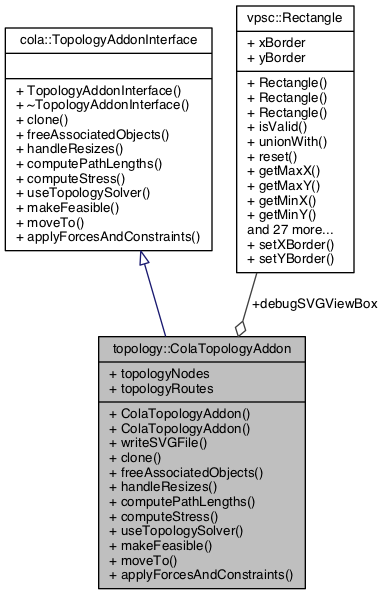
This is documentation/classtopology_1_1ColaTopologyAddon__coll__graph.png from mjwybrow/adaptagrams, a Graphviz export, as it was before one commit. Its source is kept beside it as documentation/classtopology_1_1ColaTopologyAddon__coll__graph.dot.
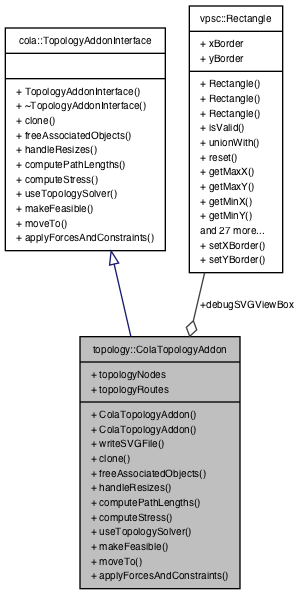
After the change.

Change to the diagram source:
```diff
@@ -2,9 +2,9 @@
 {
   edge [fontname="Helvetica",fontsize="10",labelfontname="Helvetica",labelfontsize="10"];
   node [fontname="Helvetica",fontsize="10",shape=record];
-  Node1 [label="{topology::ColaTopologyAddon\n|+ topologyNodes\l+ topologyRoutes\l|+ ColaTopologyAddon()\l+ ColaTopologyAddon()\l+ writeSVGFile()\l+ clone()\l+ freeAssociatedObjects()\l+ handleResizes()\l+ computePathLengths()\l+ computeStress()\l+ useTopologySolver()\l+ makeFeasible()\l+ moveTo()\l+ applyForcesAndConstraints()\l}",height=0.2,width=0.4,color="black", fillcolor="grey75", style="filled", fontcolor="black"];
-  Node2 -> Node1 [dir="back",color="midnightblue",fontsize="10",style="solid",arrowtail="onormal",fontname="Helvetica"];
-  Node2 [label="{cola::TopologyAddonInterface\n||+ TopologyAddonInterface()\l+ ~TopologyAddonInterface()\l+ clone()\l+ freeAssociatedObjects()\l+ handleResizes()\l+ computePathLengths()\l+ computeStress()\l+ useTopologySolver()\l+ makeFeasible()\l+ moveTo()\l+ applyForcesAndConstraints()\l}",height=0.2,width=0.4,color="black", fillcolor="white", style="filled",URL="$classcola_1_1TopologyAddonInterface.html",tooltip="Interface for writing COLA addons to handle topology preserving layout. "];
-  Node3 -> Node1 [color="grey25",fontsize="10",style="solid",label=" +debugSVGViewBox" ,arrowhead="odiamond",fontname="Helvetica"];
-  Node3 [label="{vpsc::Rectangle\n|+ xBorder\l+ yBorder\l|+ Rectangle()\l+ Rectangle()\l+ Rectangle()\l+ isValid()\l+ unionWith()\l+ reset()\l+ getMaxX()\l+ getMaxY()\l+ getMinX()\l+ getMinY()\land 27 more...\l+ setXBorder()\l+ setYBorder()\l}",height=0.2,width=0.4,color="black", fillcolor="white", style="filled",URL="$classvpsc_1_1Rectangle.html",tooltip="A rectangle represents a fixed-size shape in the diagram that may be moved to prevent overlaps and sa..."];
+  Node2 [label="{topology::ColaTopologyAddon\n|+ topologyNodes\l+ topologyRoutes\l|+ ColaTopologyAddon()\l+ ColaTopologyAddon()\l+ writeSVGFile()\l+ clone()\l+ freeAssociatedObjects()\l+ handleResizes()\l+ computePathLengths()\l+ computeStress()\l+ useTopologySolver()\l+ makeFeasible()\l+ moveTo()\l+ applyForcesAndConstraints()\l}",height=0.2,width=0.4,color="black", fillcolor="grey75", style="filled", fontcolor="black"];
+  Node3 -> Node2 [dir="back",color="midnightblue",fontsize="10",style="solid",arrowtail="onormal",fontname="Helvetica"];
+  Node3 [label="{cola::TopologyAddonInterface\n||+ TopologyAddonInterface()\l+ ~TopologyAddonInterface()\l+ clone()\l+ freeAssociatedObjects()\l+ handleResizes()\l+ computePathLengths()\l+ computeStress()\l+ useTopologySolver()\l+ makeFeasible()\l+ moveTo()\l+ applyForcesAndConstraints()\l}",height=0.2,width=0.4,color="black", fillcolor="white", style="filled",URL="$classcola_1_1TopologyAddonInterface.html",tooltip="Interface for writing COLA addons to handle topology preserving layout. "];
+  Node4 -> Node2 [color="grey25",fontsize="10",style="solid",label=" +debugSVGViewBox" ,arrowhead="odiamond",fontname="Helvetica"];
+  Node4 [label="{vpsc::Rectangle\n|+ xBorder\l+ yBorder\l|+ Rectangle()\l+ Rectangle()\l+ Rectangle()\l+ isValid()\l+ unionWith()\l+ reset()\l+ getMaxX()\l+ getMaxY()\l+ getMinX()\l+ getMinY()\land 27 more...\l+ setXBorder()\l+ setYBorder()\l}",height=0.2,width=0.4,color="black", fillcolor="white", style="filled",URL="$classvpsc_1_1Rectangle.html",tooltip="A rectangle represents a fixed-size shape in the diagram that may be moved to prevent overlaps and sa..."];
 }
```
